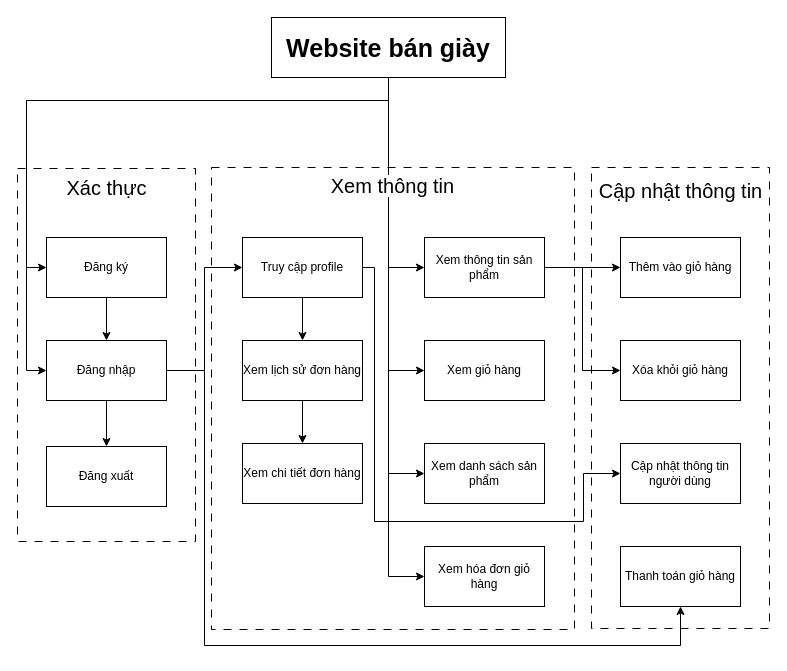
This is zzz.drawio from ippapi/new_code, a draw.io file, before an edit. Source tidied: cells renumbered, new cells numbered last; positions are measured from the earlier drawing's top-left corner, leaving out a move shared by most shapes. Both pictures are drawn from the tidied source at 100%, with x=0, y=0 at pixel (17, 17).
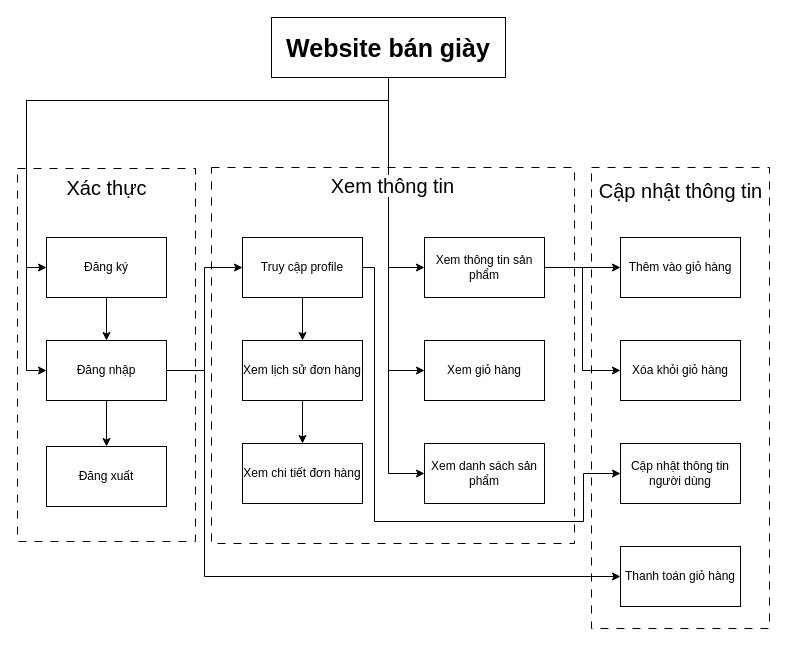
After the change.

Unchanged cells that the change refers to:
```xml
<mxCell id="11" value="&lt;b&gt;&lt;font style=&quot;font-size: 25px;&quot;&gt;Website bán giày&lt;/font&gt;&lt;/b&gt;" style="rounded=0;whiteSpace=wrap;html=1;" parent="1" vertex="1">
  <mxGeometry x="254" width="234" height="60" as="geometry" />
</mxCell>
<mxCell id="15" value="Đăng nhập" style="rounded=0;whiteSpace=wrap;html=1;" parent="1" vertex="1">
  <mxGeometry x="29" y="323" width="120" height="60" as="geometry" />
</mxCell>
<mxCell id="26" value="Thanh toán giỏ hàng" style="rounded=0;whiteSpace=wrap;html=1;" parent="1" vertex="1">
  <mxGeometry x="603" y="529" width="120" height="60" as="geometry" />
</mxCell>
```

Change to the diagram source:
```diff
@@
     <mxCell id="3" style="rounded=0;whiteSpace=wrap;html=1;dashed=1;dashPattern=8 8;" parent="1" vertex="1">
-      <mxGeometry x="194" y="150" width="363" height="462" as="geometry" />
+      <mxGeometry x="194" y="150" width="363" height="376" as="geometry" />
     </mxCell>
@@
-    <mxCell id="10" style="edgeStyle=orthogonalEdgeStyle;rounded=0;jettySize=auto;html=1;entryX=0;entryY=0.5;entryDx=0;entryDy=0;" parent="1" edge="1" source="11" target="36">
-      <mxGeometry relative="1" as="geometry" />
-    </mxCell>
@@
-    <mxCell id="14" style="edgeStyle=orthogonalEdgeStyle;rounded=0;jettySize=auto;html=1;entryX=0.5;entryY=1;entryDx=0;entryDy=0;" parent="1" edge="1" source="15" target="26">
+    <mxCell id="14" style="edgeStyle=orthogonalEdgeStyle;rounded=0;jettySize=auto;html=1;entryX=0;entryY=0.5;entryDx=0;entryDy=0;" parent="1" edge="1" source="15" target="26">
       <mxGeometry relative="1" as="geometry">
         <Array as="points">
           <mxPoint x="187" y="353" />
-          <mxPoint x="187" y="628" />
-          <mxPoint x="663" y="628" />
+          <mxPoint x="187" y="559" />
         </Array>
       </mxGeometry>
     </mxCell>
@@
-    <mxCell id="36" value="Xem hóa đơn giỏ hàng" style="rounded=0;whiteSpace=wrap;html=1;" parent="1" vertex="1">
-      <mxGeometry x="407" y="529" width="120" height="60" as="geometry" />
-    </mxCell>
```
